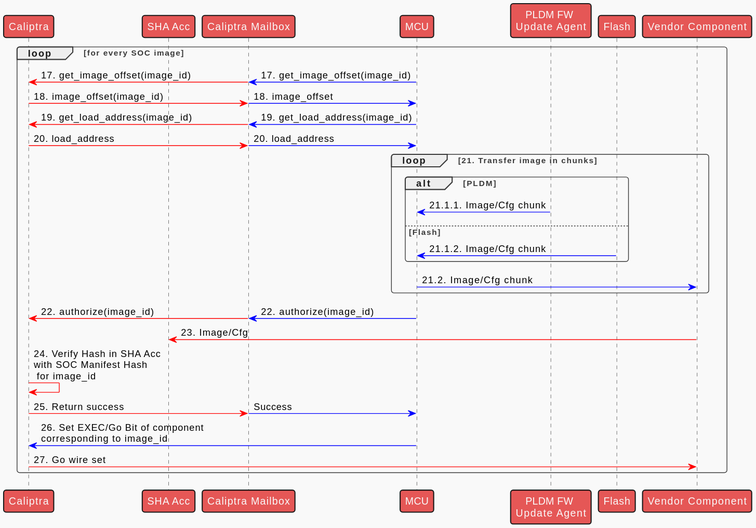
Earlier version of the PlantUML export docs/src/images/image_loading_sequence_loop.svg (zhalvorsen/caliptra-mcu-sw).
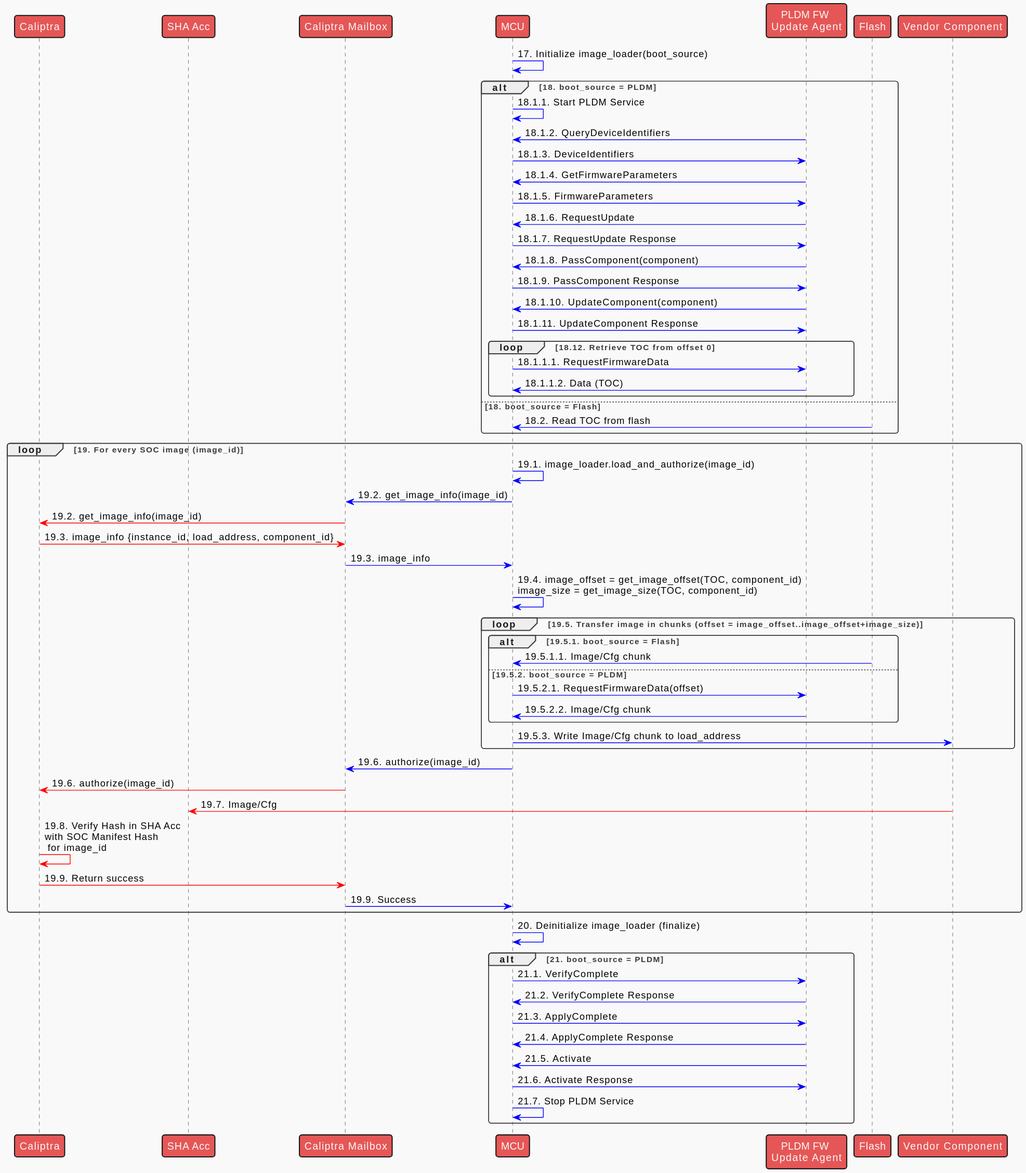
After the change.

Change to the diagram source:
```diff
@@ -4,45 +4,83 @@
 participant "SHA Acc" as SHA
 participant "Caliptra Mailbox" as Mailbox
 participant "MCU" as MCU
-
-
 participant "PLDM FW \nUpdate Agent" as PLDM
 participant "Flash" as Flash
 participant "Vendor Component" as component
 
+MCU-[#blue]>MCU: 17. Initialize image_loader(boot_source)
 
+alt 18. boot_source = PLDM
+    MCU-[#blue]>MCU: 18.1.1. Start PLDM Service
 
-loop for every SOC image
+    PLDM-[#blue]>MCU: 18.1.2. QueryDeviceIdentifiers
+    MCU-[#blue]>PLDM: 18.1.3. DeviceIdentifiers
 
-MCU-[#blue]>Mailbox: 17. get_image_offset(image_id)
-& Mailbox-[#red]>Caliptra:  17. get_image_offset(image_id)
+    PLDM-[#blue]>MCU: 18.1.4. GetFirmwareParameters
+    MCU-[#blue]>PLDM: 18.1.5. FirmwareParameters
 
-Caliptra-[#red]>Mailbox: 18. image_offset(image_id)
-& Mailbox-[#blue]>MCU: 18. image_offset
+    PLDM-[#blue]>MCU: 18.1.6. RequestUpdate
+    MCU-[#blue]>PLDM: 18.1.7. RequestUpdate Response
 
-MCU-[#blue]>Mailbox: 19. get_load_address(image_id)
-& Mailbox-[#red]>Caliptra:  19. get_load_address(image_id)
+    PLDM-[#blue]>MCU: 18.1.8. PassComponent(component)
+    MCU-[#blue]>PLDM: 18.1.9. PassComponent Response
 
-Caliptra-[#red]>Mailbox: 20. load_address
-& Mailbox-[#blue]>MCU: 20. load_address
+    PLDM-[#blue]>MCU: 18.1.10. UpdateComponent(component)
+    MCU-[#blue]>PLDM: 18.1.11. UpdateComponent Response
 
-loop 21. Transfer image in chunks
-alt PLDM
-!pragma teoz true
-PLDM-[#blue]>MCU: 21.1.1. Image/Cfg chunk
-else Flash
-Flash-[#blue]>MCU: 21.1.2. Image/Cfg chunk
+    loop 18.12. Retrieve TOC from offset 0
+        MCU-[#blue]>PLDM: 18.1.1.1. RequestFirmwareData
+        PLDM-[#blue]>MCU: 18.1.1.2. Data (TOC)
+    end loop
+
+else 18. boot_source = Flash
+    Flash-[#blue]>MCU: 18.2. Read TOC from flash
 end
-MCU-[#blue]>component: 21.2. Image/Cfg  chunk
+
+loop 19. For every SOC image (image_id)
+    MCU-[#blue]>MCU: 19.1. image_loader.load_and_authorize(image_id)
+
+    MCU-[#blue]>Mailbox: 19.2. get_image_info(image_id)
+    & Mailbox-[#red]>Caliptra: 19.2. get_image_info(image_id)
+
+    Caliptra-[#red]>Mailbox: 19.3. image_info {instance_id, load_address, component_id}
+    & Mailbox-[#blue]>MCU: 19.3. image_info
+
+    MCU-[#blue]>MCU: 19.4. image_offset = get_image_offset(TOC, component_id)\nimage_size = get_image_size(TOC, component_id)
+
+    loop 19.5. Transfer image in chunks (offset = image_offset..image_offset+image_size)
+        alt 19.5.1. boot_source = Flash
+            Flash-[#blue]>MCU: 19.5.1.1. Image/Cfg chunk
+        else 19.5.2. boot_source = PLDM
+            MCU-[#blue]>PLDM: 19.5.2.1. RequestFirmwareData(offset)
+            PLDM-[#blue]>MCU: 19.5.2.2. Image/Cfg chunk
+        end
+        MCU-[#blue]>component: 19.5.3. Write Image/Cfg chunk to load_address
+    end loop
+
+    MCU-[#blue]>Mailbox: 19.6. authorize(image_id)
+    & Mailbox-[#red]>Caliptra: 19.6. authorize(image_id)
+
+    component-[#red]>SHA: 19.7. Image/Cfg
+
+    Caliptra-[#red]>Caliptra: 19.8. Verify Hash in SHA Acc \nwith SOC Manifest Hash\n for image_id
+
+    Caliptra-[#red]>Mailbox: 19.9. Return success
+    & Mailbox-[#blue]>MCU: 19.9. Success
 end loop
-MCU-[#blue]>Mailbox: 22. authorize(image_id)
-& Mailbox-[#red]>Caliptra: 22. authorize(image_id)
-component-[#red]>SHA: 23. Image/Cfg
-Caliptra-[#red]>Caliptra: 24. Verify Hash in SHA Acc \nwith SOC Manifest Hash\n for image_id
-!pragma teoz true
-Caliptra-[#red]>Mailbox: 25. Return success
-& Mailbox-[#blue]>MCU: Success
-MCU-[#blue]>Caliptra: 26. Set EXEC/Go Bit of component\ncorresponding to image_id
-Caliptra-[#red]>component: 27. Go wire set
-end loop
+
+MCU-[#blue]>MCU: 20. Deinitialize image_loader (finalize)
+
+alt 21. boot_source = PLDM
+    MCU-[#blue]>PLDM: 21.1. VerifyComplete
+    PLDM-[#blue]>MCU: 21.2. VerifyComplete Response
+
+    MCU-[#blue]>PLDM: 21.3. ApplyComplete
+    PLDM-[#blue]>MCU: 21.4. ApplyComplete Response
+
+    PLDM-[#blue]>MCU: 21.5. Activate
+    MCU-[#blue]>PLDM: 21.6. Activate Response
+
+    MCU-[#blue]>MCU: 21.7. Stop PLDM Service
+end
 @enduml
```
